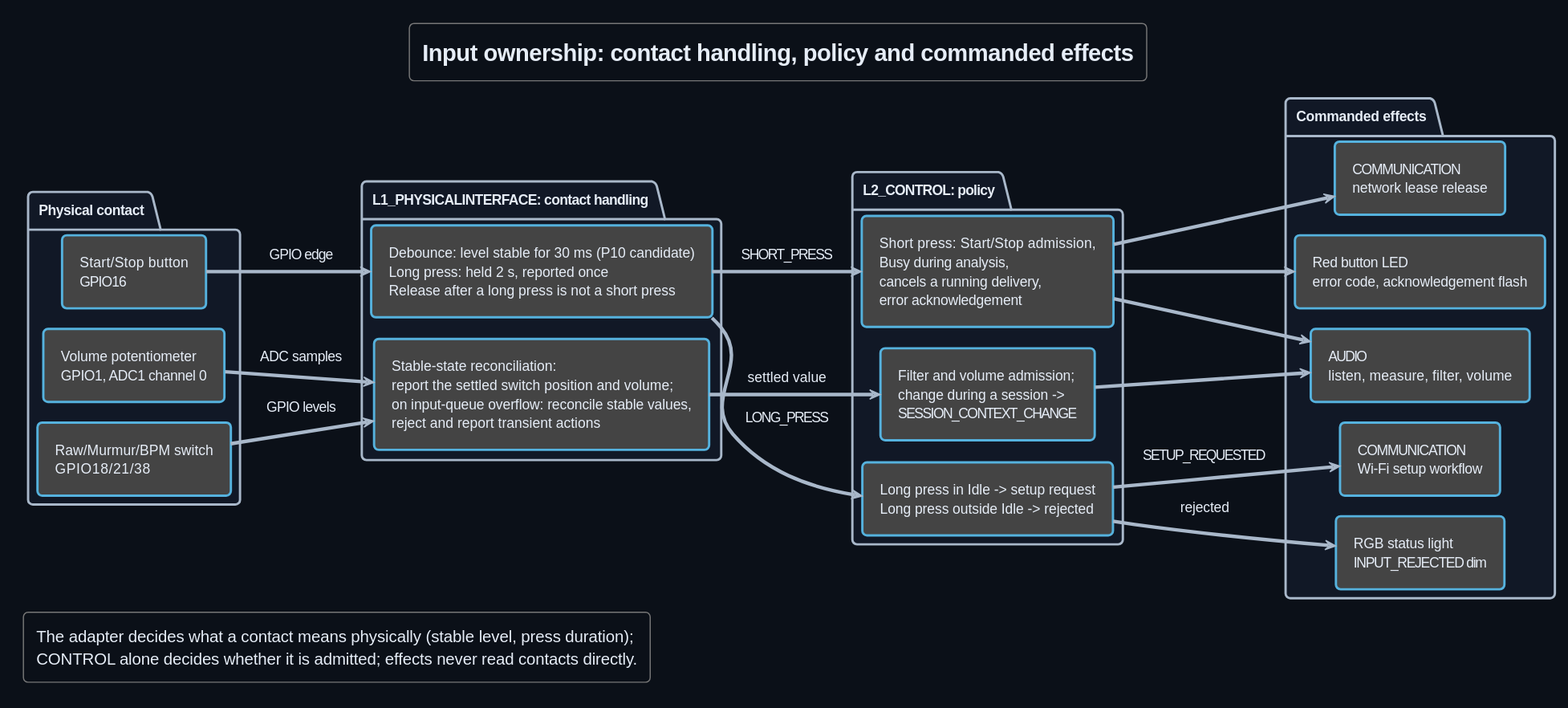
Above: Development/system/architecture/system/rendered/input_ownership.svg in DemonicPsychoII/DigitalStethoscope (PlantUML), before the change.
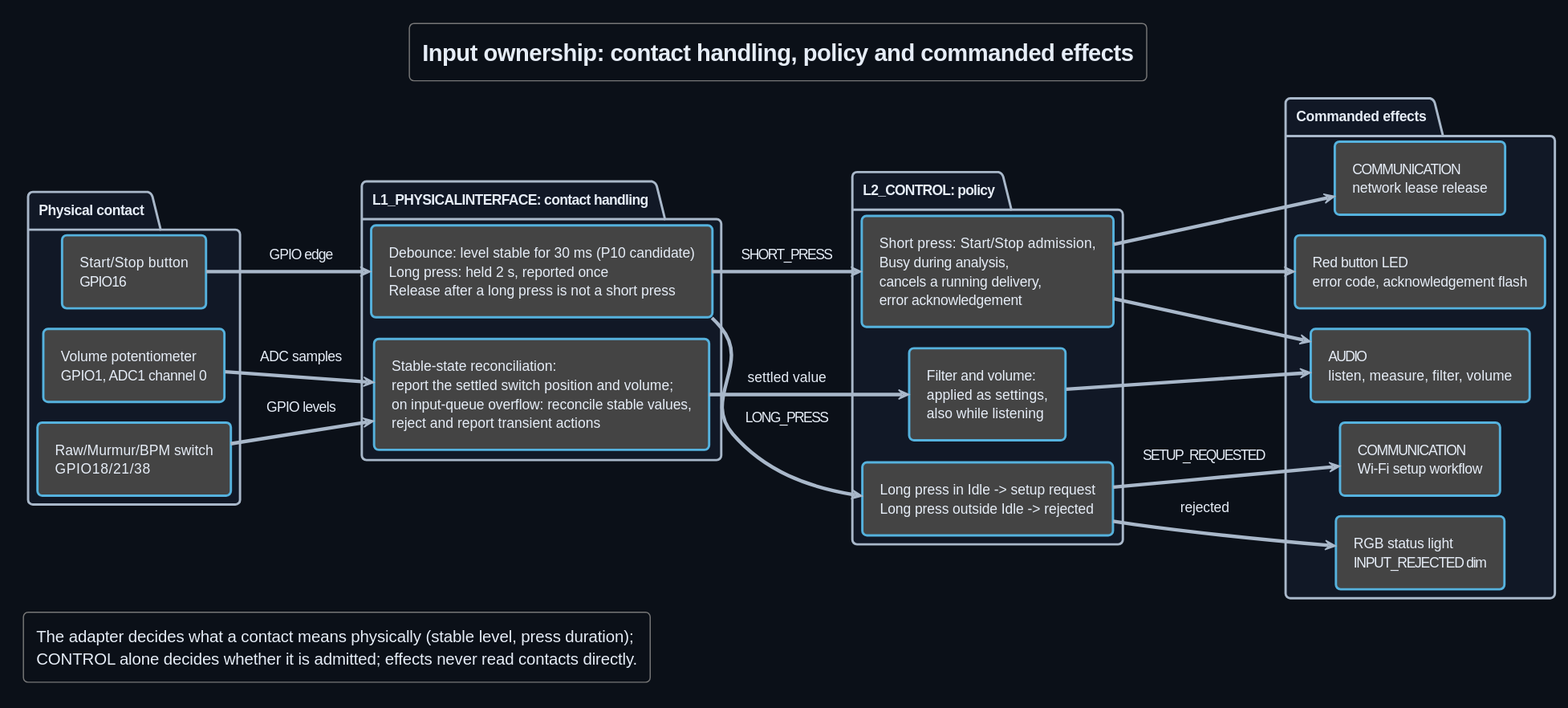
The same diagram one commit later.

The edit, as a diff of the source:
```diff
@@ -31,7 +31,7 @@
 package "L2_CONTROL: policy" {
  rectangle "Long press in Idle -> setup request\nLong press outside Idle -> rejected" as LongPressPolicy
  rectangle "Short press: Start/Stop admission,\nBusy during analysis,\ncancels a running delivery,\nerror acknowledgement" as ShortPressPolicy
- rectangle "Filter and volume admission;\nchange during a session ->\nSESSION_CONTEXT_CHANGE" as SettingPolicy
+ rectangle "Filter and volume:\napplied as settings,\nalso while listening" as SettingPolicy
 }
 
 package "Commanded effects" {
```
